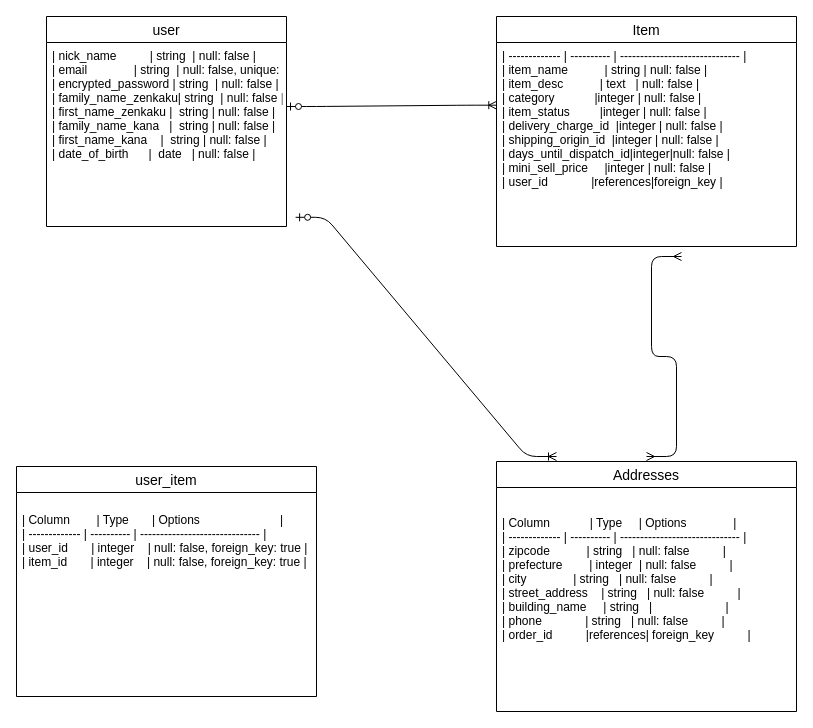
Above: app/views/furima-39640-ER.dio in SoramatsuShio/furima-39640 (draw.io), before the change. Source tidied: cells renumbered, new cells numbered last; positions are measured from the earlier drawing's top-left corner, leaving out a move shared by most shapes. Both pictures are drawn from the tidied source at 100%, with x=0, y=0 at pixel (16, 16).
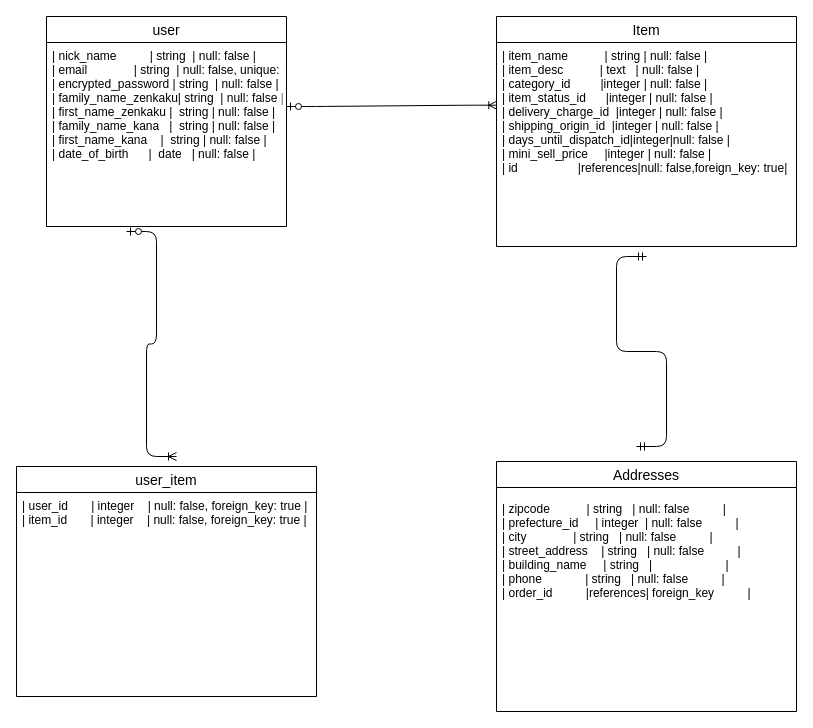
The same page after the edit.

Diff of the diagram source:
```diff
@@
 <mxGraphModel>
   <root>
     <mxCell id="0" />
     <mxCell id="1" parent="0" />
     <mxCell id="2" value="user" style="swimlane;fontStyle=0;horizontal=1;startSize=26;align=center;fontSize=14;" parent="1" vertex="1">
       <mxGeometry x="30" width="240" height="210" as="geometry" />
     </mxCell>
     <mxCell id="3" value="| nick_name          | string  | null: false |&#10;| email              | string  | null: false, unique: true |&#10;| encrypted_password | string  | null: false |&#10;| family_name_zenkaku| string  | null: false |&#10;| first_name_zenkaku |  string | null: false |&#10;| family_name_kana   |  string | null: false |&#10;| first_name_kana    |  string | null: false |&#10;| date_of_birth      |  date   | null: false |&#10;" style="text;strokeColor=none;fillColor=none;spacingLeft=4;spacingRight=4;overflow=hidden;points=[[0,0.5],[1,0.5]];portConstraint=eastwest;fontSize=12;" parent="2" vertex="1">
       <mxGeometry y="26" width="240" height="184" as="geometry" />
     </mxCell>
     <mxCell id="4" value="Item" style="swimlane;fontStyle=0;horizontal=1;startSize=26;align=center;fontSize=14;" parent="1" vertex="1">
       <mxGeometry x="480" width="300" height="230" as="geometry" />
     </mxCell>
-    <mxCell id="5" value="| ------------- | ---------- | ------------------------------ |&#10;| item_name           | string | null: false |&#10;| item_desc           | text   | null: false |&#10;| category            |integer | null: false |&#10;| item_status         |integer | null: false |&#10;| delivery_charge_id  |integer | null: false |&#10;| shipping_origin_id  |integer | null: false |&#10;| days_until_dispatch_id|integer|null: false |&#10;| mini_sell_price     |integer | null: false |&#10;| user_id             |references|foreign_key |&#10;" style="text;strokeColor=none;fillColor=none;spacingLeft=4;spacingRight=4;overflow=hidden;fontSize=12;" parent="4" vertex="1">
+    <mxCell id="5" value="| item_name           | string | null: false |&#10;| item_desc           | text   | null: false |&#10;| category_id         |integer | null: false |&#10;| item_status_id      |integer | null: false |&#10;| delivery_charge_id  |integer | null: false |&#10;| shipping_origin_id  |integer | null: false |&#10;| days_until_dispatch_id|integer|null: false |&#10;| mini_sell_price     |integer | null: false |&#10;| id                  |references|null: false,foreign_key: true|&#10;" style="text;strokeColor=none;fillColor=none;spacingLeft=4;spacingRight=4;overflow=hidden;fontSize=12;" parent="4" vertex="1">
       <mxGeometry y="26" width="300" height="204" as="geometry" />
     </mxCell>
     <mxCell id="6" style="edgeStyle=entityRelationEdgeStyle;fontSize=12;html=1;endArrow=ERoneToMany;startArrow=ERzeroToOne;entryX=0.001;entryY=1.091;entryDx=0;entryDy=0;entryPerimeter=0;" parent="1" edge="1">
       <mxGeometry relative="1" as="geometry">
         <mxPoint x="270" y="90" as="sourcePoint" />
         <mxPoint x="480.3" y="88.7" as="targetPoint" />
       </mxGeometry>
     </mxCell>
     <mxCell id="7" value="user_item" style="swimlane;fontStyle=0;horizontal=1;startSize=26;align=center;fontSize=14;" parent="1" vertex="1">
       <mxGeometry y="450" width="300" height="230" as="geometry" />
     </mxCell>
-    <mxCell id="8" value="&#10;| Column        | Type       | Options                        |&#10;| ------------- | ---------- | ------------------------------ |&#10;| user_id       | integer    | null: false, foreign_key: true |&#10;| item_id       | integer    | null: false, foreign_key: true |&#10;" style="text;strokeColor=none;fillColor=none;spacingLeft=4;spacingRight=4;overflow=hidden;fontSize=12;" parent="7" vertex="1">
+    <mxCell id="8" value="| user_id       | integer    | null: false, foreign_key: true |&#10;| item_id       | integer    | null: false, foreign_key: true |&#10;" style="text;strokeColor=none;fillColor=none;spacingLeft=4;spacingRight=4;overflow=hidden;fontSize=12;" parent="7" vertex="1">
       <mxGeometry y="26" width="300" height="204" as="geometry" />
     </mxCell>
     <mxCell id="9" value="Addresses" style="swimlane;fontStyle=0;horizontal=1;startSize=26;align=center;fontSize=14;" parent="1" vertex="1">
       <mxGeometry x="480" y="445" width="300" height="250" as="geometry" />
     </mxCell>
-    <mxCell id="10" value="&#10;| Column            | Type     | Options              |&#10;| ------------- | ---------- | ------------------------------ |&#10;| zipcode           | string   | null: false          |&#10;| prefecture        | integer  | null: false          |&#10;| city              | string   | null: false          |&#10;| street_address    | string   | null: false          |&#10;| building_name     | string   |                      |&#10;| phone             | string   | null: false          |&#10;| order_id          |references| foreign_key          |&#10;" style="text;strokeColor=none;fillColor=none;spacingLeft=4;spacingRight=4;overflow=hidden;fontSize=12;" parent="1" vertex="1">
+    <mxCell id="10" value="| zipcode           | string   | null: false          |&#10;| prefecture_id     | integer  | null: false          |&#10;| city              | string   | null: false          |&#10;| street_address    | string   | null: false          |&#10;| building_name     | string   |                      |&#10;| phone             | string   | null: false          |&#10;| order_id          |references| foreign_key          |&#10;" style="text;strokeColor=none;fillColor=none;spacingLeft=4;spacingRight=4;overflow=hidden;fontSize=12;" parent="1" vertex="1">
       <mxGeometry x="480" y="479" width="280" height="204" as="geometry" />
     </mxCell>
-    <mxCell id="11" style="edgeStyle=entityRelationEdgeStyle;fontSize=12;html=1;endArrow=ERoneToMany;startArrow=ERzeroToOne;exitX=1.038;exitY=0.95;exitDx=0;exitDy=0;exitPerimeter=0;" parent="1" edge="1" source="3">
-      <mxGeometry relative="1" as="geometry">
-        <mxPoint x="540" y="440" as="targetPoint" />
-      </mxGeometry>
-    </mxCell>
-    <mxCell id="12" style="edgeStyle=entityRelationEdgeStyle;fontSize=12;html=1;endArrow=ERmany;startArrow=ERmany;" parent="1" edge="1">
-      <mxGeometry relative="1" as="geometry">
-        <mxPoint x="630" y="440" as="sourcePoint" />
-        <mxPoint x="665" y="240" as="targetPoint" />
-      </mxGeometry>
-    </mxCell>
+    <mxCell id="13" style="edgeStyle=entityRelationEdgeStyle;fontSize=12;html=1;endArrow=ERoneToMany;startArrow=ERzeroToOne;exitX=1.038;exitY=0.95;exitDx=0;exitDy=0;exitPerimeter=0;" parent="1" edge="1">
+      <mxGeometry relative="1" as="geometry">
+        <mxPoint x="110" y="215" as="sourcePoint" />
+        <mxPoint x="160" y="440" as="targetPoint" />
+      </mxGeometry>
+    </mxCell>
+    <mxCell id="14" style="edgeStyle=entityRelationEdgeStyle;fontSize=12;html=1;endArrow=ERmandOne;startArrow=ERmandOne;" parent="1" edge="1">
+      <mxGeometry relative="1" as="geometry">
+        <mxPoint x="620" y="430" as="sourcePoint" />
+        <mxPoint x="630" y="240" as="targetPoint" />
+      </mxGeometry>
+    </mxCell>
   </root>
 </mxGraphModel>
```
